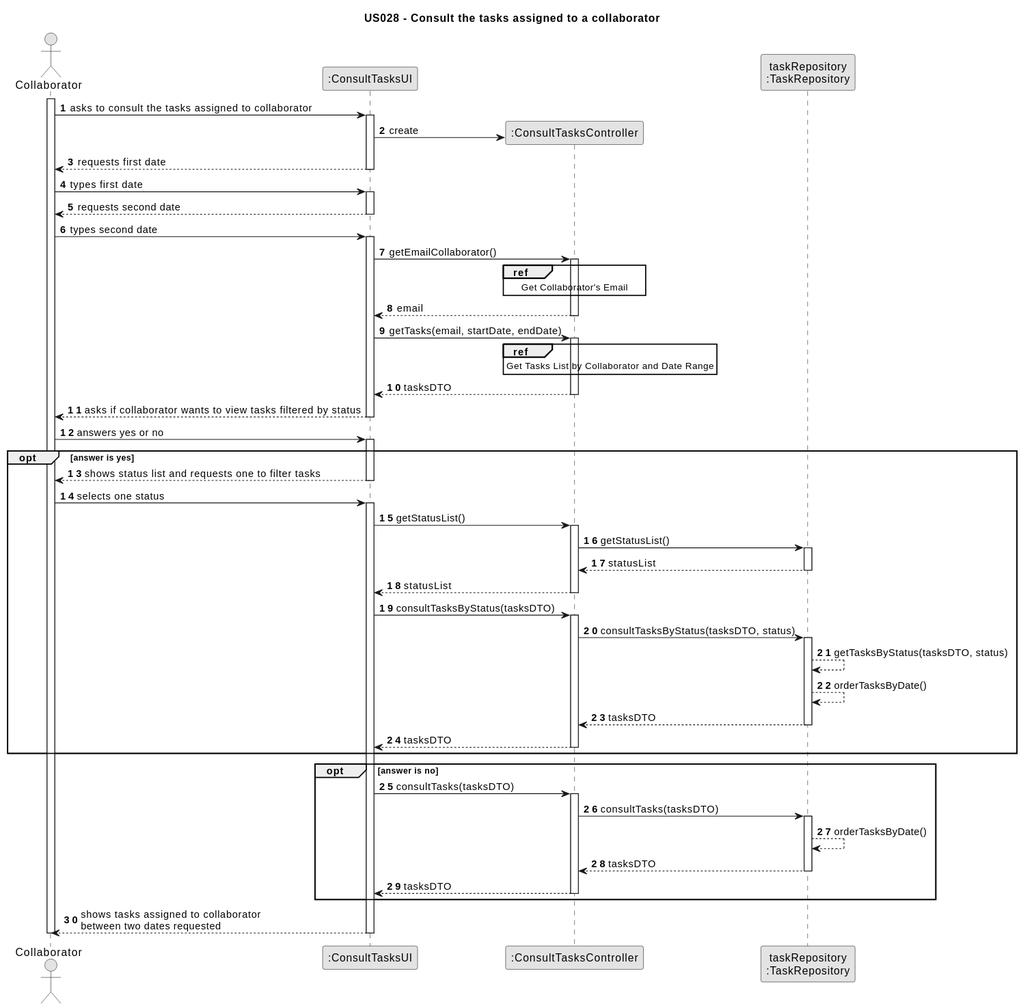
Departamento-de-Engenharia-Informatica/lei-24-s2-1dm-g132 keeps this PlantUML diagram as docs/sprintC/us028/03.design/svg/us028-sequence-diagram-split.svg. Above is the earlier version.
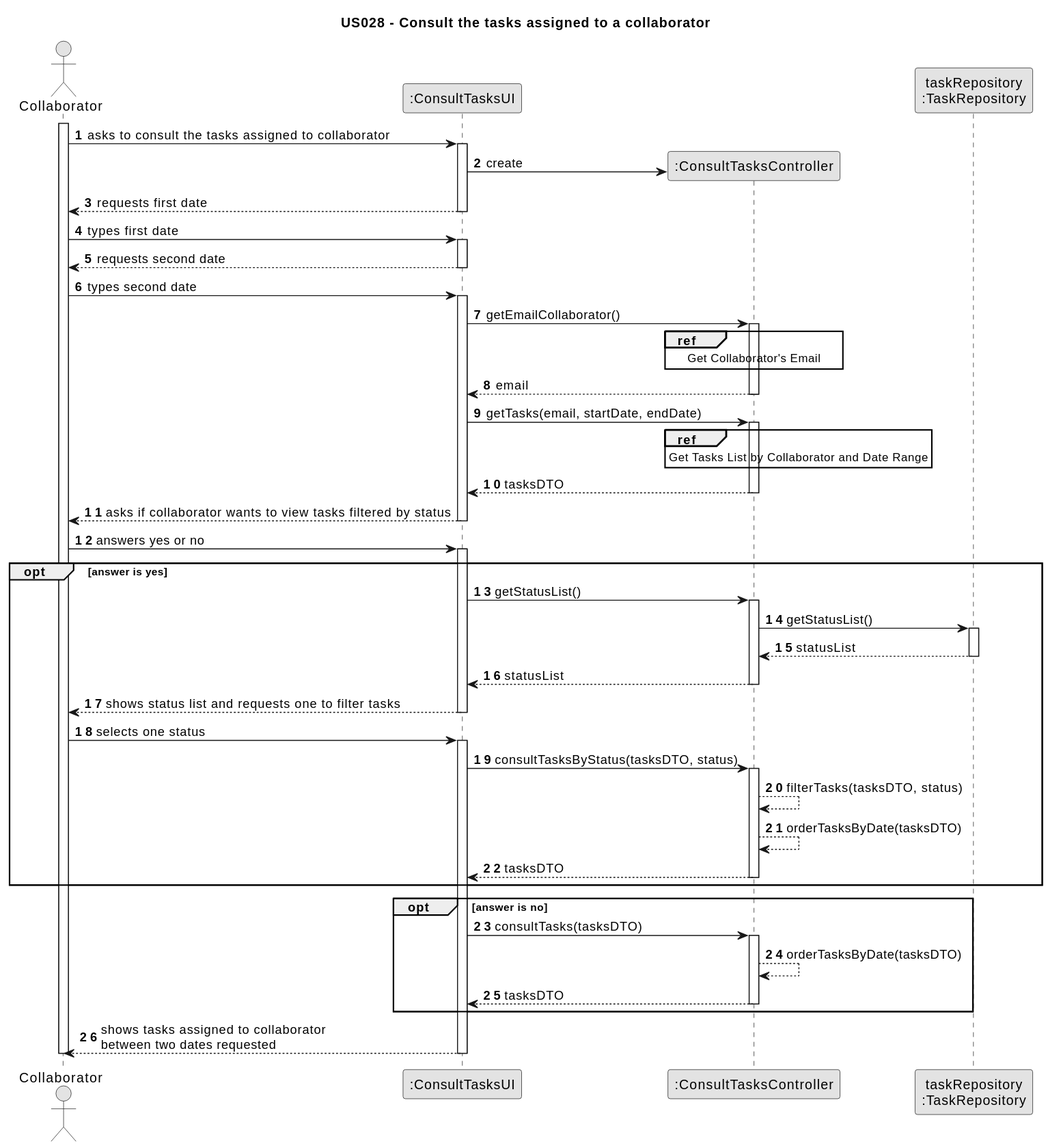
After the change.

Commit message:
US28 fixed small typos in sequence diagrams

Diff of the diagram source:
```diff
@@ -58,12 +58,6 @@
     activate UI
 
     opt answer is yes
-        UI --> Employee : shows status list and requests one to filter tasks
-        deactivate UI
-
-        Employee -> UI : selects one status
-        activate UI
-
         UI -> CTRL : getStatusList()
         activate CTRL
 
@@ -76,16 +70,17 @@
         CTRL --> UI : statusList
         deactivate CTRL
 
-        UI -> CTRL : consultTasksByStatus(tasksDTO)
+        UI --> Employee : shows status list and requests one to filter tasks
+        deactivate UI
+
+        Employee -> UI : selects one status
+        activate UI
+
+        UI -> CTRL : consultTasksByStatus(tasksDTO, status)
         activate CTRL
 
-        CTRL -> TaskRepository : consultTasksByStatus(tasksDTO, status)
-        activate TaskRepository
-
-        TaskRepository --> TaskRepository : getTasksByStatus(tasksDTO, status)
-        TaskRepository --> TaskRepository : orderTasksByDate()
-        TaskRepository --> CTRL : tasksDTO
-        deactivate TaskRepository
+        CTRL --> CTRL : filterTasks(tasksDTO, status)
+        CTRL --> CTRL : orderTasksByDate(tasksDTO)
 
         CTRL --> UI : tasksDTO
         deactivate CTRL
@@ -95,12 +90,8 @@
         UI -> CTRL : consultTasks(tasksDTO)
         activate CTRL
 
-        CTRL -> TaskRepository : consultTasks(tasksDTO)
-        activate TaskRepository
+        CTRL --> CTRL : orderTasksByDate(tasksDTO)
 
-        TaskRepository --> TaskRepository : orderTasksByDate()
-        TaskRepository --> CTRL : tasksDTO
-        deactivate TaskRepository
         CTRL --> UI : tasksDTO
         deactivate CTRL
     end opt
```
